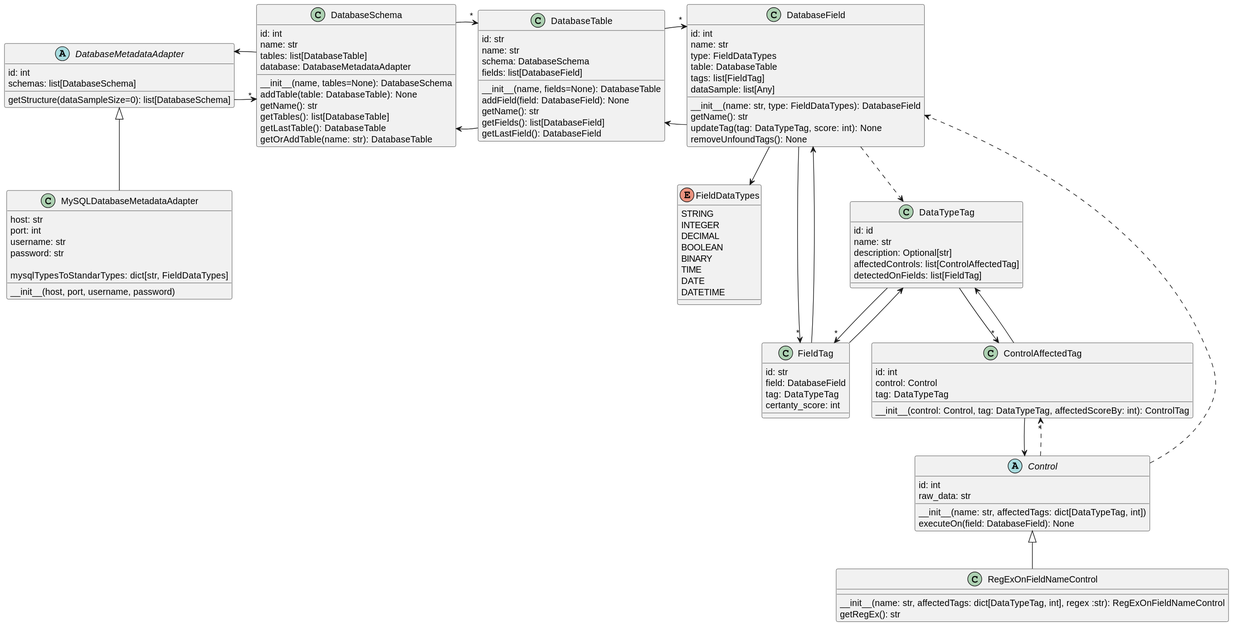
Before: documentation/Diagrama de clases UML.svg, a diagram exported from PlantUML (Agufi28/Challenge-Tecnico-ML).
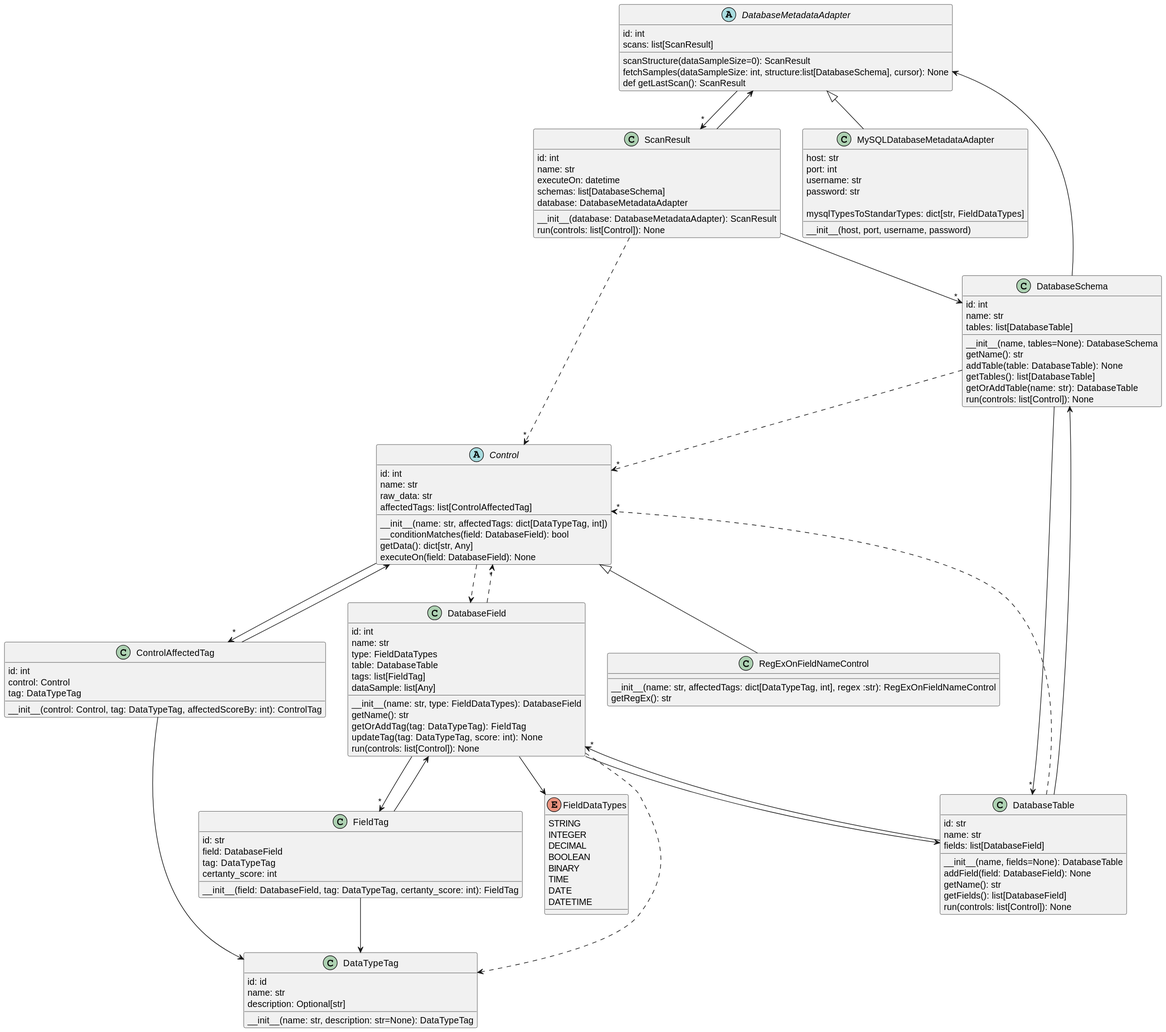
Later version of the same file.

Diff of the diagram source:
```diff
@@ -1,11 +1,13 @@
 @startuml
 abstract class DatabaseMetadataAdapter{
     id: int
-    schemas: list[DatabaseSchema]
+    scans: list[ScanResult]
 
-    getStructure(dataSampleSize=0): list[DatabaseSchema]
+    scanStructure(dataSampleSize=0): ScanResult
+    fetchSamples(dataSampleSize: int, structure:list[DatabaseSchema], cursor): None
+    def getLastScan(): ScanResult
 }
-DatabaseMetadataAdapter --> "*" DatabaseSchema
+DatabaseMetadataAdapter --> "*" ScanResult
 
 class MySQLDatabaseMetadataAdapter extends DatabaseMetadataAdapter{
     host: str
@@ -33,6 +35,8 @@
     field: DatabaseField
     tag: DataTypeTag
     certanty_score: int
+
+    __init__(field: DatabaseField, tag: DataTypeTag, certanty_score: int): FieldTag
 }
 FieldTag --> DatabaseField
 FieldTag --> DataTypeTag
@@ -47,56 +51,70 @@
 
     __init__(name: str, type: FieldDataTypes): DatabaseField
     getName(): str
+    getOrAddTag(tag: DataTypeTag): FieldTag
     updateTag(tag: DataTypeTag, score: int): None
-    removeUnfoundTags(): None
+    run(controls: list[Control]): None
 }
 
 DatabaseField --> FieldDataTypes
 DatabaseField --> DatabaseTable
 DatabaseField --> "*" FieldTag
 DatabaseField ..> DataTypeTag
+DatabaseField ..> "*" Control
 
 class DatabaseTable{
     id: str
     name: str
-    schema: DatabaseSchema
     fields: list[DatabaseField]
 
     __init__(name, fields=None): DatabaseTable
     addField(field: DatabaseField): None
     getName(): str
     getFields(): list[DatabaseField]
-    getLastField(): DatabaseField
+    run(controls: list[Control]): None
 }
-DatabaseTable -> DatabaseSchema
-DatabaseTable -> "*" DatabaseField
+DatabaseTable --> DatabaseSchema
+DatabaseTable --> "*" DatabaseField
+DatabaseTable ..> "*" Control
 
 class DatabaseSchema{
     id: int
     name: str
     tables: list[DatabaseTable]
+
+    __init__(name, tables=None): DatabaseSchema
+    getName(): str
+    addTable(table: DatabaseTable): None
+    getTables(): list[DatabaseTable]
+    getOrAddTable(name: str): DatabaseTable
+    run(controls: list[Control]): None
+}
+DatabaseSchema --> DatabaseMetadataAdapter
+DatabaseSchema --> "*" DatabaseTable
+DatabaseSchema ..> "*" Control
+
+class ScanResult{
+    id: int
+    name: str
+    executeOn: datetime
+    schemas: list[DatabaseSchema]
     database: DatabaseMetadataAdapter
 
-    __init__(name, tables=None): DatabaseSchema
-    addTable(table: DatabaseTable): None
-    getName(): str
-    getTables(): list[DatabaseTable]
-    getLastTable(): DatabaseTable
-    getOrAddTable(name: str): DatabaseTable
+    __init__(database: DatabaseMetadataAdapter): ScanResult
+    run(controls: list[Control]): None
 }
-DatabaseSchema -> DatabaseMetadataAdapter
-DatabaseSchema -> "*" DatabaseTable
+ScanResult --> "*" DatabaseSchema
+ScanResult --> DatabaseMetadataAdapter
+ScanResult ..> "*" Control
 
 class DataTypeTag{
     id: id
     name: str
     description: Optional[str]
-    affectedControls: list[ControlAffectedTag]
-    detectedOnFields: list[FieldTag]
+
+    __init__(name: str, description: str=None): DataTypeTag
 }
 
-DataTypeTag --> "*" ControlAffectedTag
-DataTypeTag --> "*" FieldTag
 
 class ControlAffectedTag{
     id: int
@@ -110,12 +128,16 @@
 
 abstract class Control{
     id: int
+    name: str
     raw_data: str
+    affectedTags: list[ControlAffectedTag]
 
     __init__(name: str, affectedTags: dict[DataTypeTag, int])
+    __conditionMatches(field: DatabaseField): bool
+    getData(): dict[str, Any]
     executeOn(field: DatabaseField): None
 }
-Control ..> "*" ControlAffectedTag
+Control --> "*" ControlAffectedTag
 Control ..> DatabaseField
 
 class RegExOnFieldNameControl extends Control{
```
